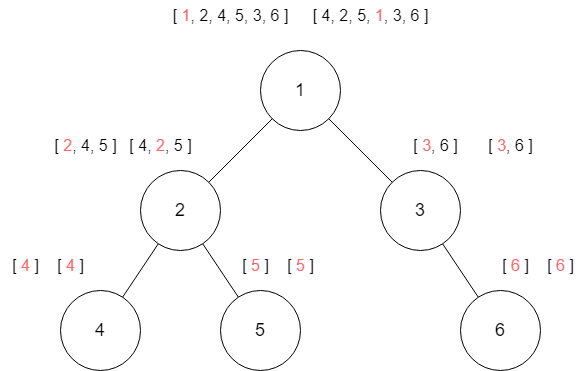
This is Neetcode150/img/PreorderInorder.png from ashiven/leetcode-solutions, a draw.io export, as it was before one commit. Source tidied: cells renumbered, new cells last; positions are measured from the earlier drawing's top-left corner, leaving out a move shared by most shapes.
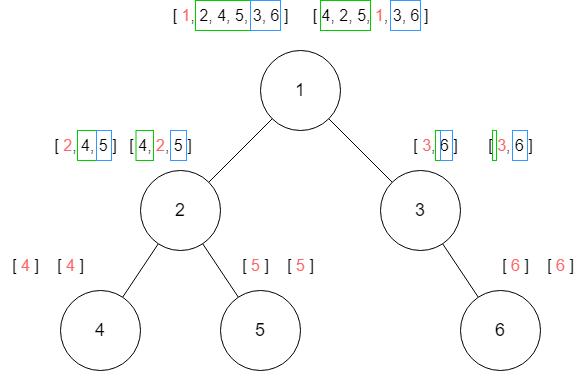
The same diagram one commit later.

What changed in the source:
```diff
@@ -71,5 +71,41 @@
     <mxCell id="24" value="[ &lt;font color=&quot;#ff6666&quot;&gt;6&lt;/font&gt;&amp;nbsp;]" style="text;html=1;align=center;verticalAlign=middle;strokeColor=none;fillColor=none;fontSize=16;" parent="1" vertex="1">
       <mxGeometry x="535" y="250" width="50" height="30" as="geometry" />
     </mxCell>
+    <mxCell id="25" style="rounded=0;whiteSpace=wrap;html=1;fillColor=none;strokeColor=#00CC00;" parent="1" vertex="1">
+      <mxGeometry x="195" width="55" height="30" as="geometry" />
+    </mxCell>
+    <mxCell id="26" style="rounded=0;whiteSpace=wrap;html=1;fillColor=none;strokeColor=#3399FF;" parent="1" vertex="1">
+      <mxGeometry x="250" width="30" height="30" as="geometry" />
+    </mxCell>
+    <mxCell id="27" style="rounded=0;whiteSpace=wrap;html=1;fillColor=none;strokeColor=#00CC00;" parent="1" vertex="1">
+      <mxGeometry x="320" width="50" height="30" as="geometry" />
+    </mxCell>
+    <mxCell id="28" style="rounded=0;whiteSpace=wrap;html=1;fillColor=none;strokeColor=#3399FF;" parent="1" vertex="1">
+      <mxGeometry x="390" width="30" height="30" as="geometry" />
+    </mxCell>
+    <mxCell id="29" style="rounded=0;whiteSpace=wrap;html=1;fillColor=none;strokeColor=#3399FF;" parent="1" vertex="1">
+      <mxGeometry x="170" y="130" width="16" height="30" as="geometry" />
+    </mxCell>
+    <mxCell id="30" style="rounded=0;whiteSpace=wrap;html=1;fillColor=none;strokeColor=#00CC00;" parent="1" vertex="1">
+      <mxGeometry x="77" y="130" width="19" height="30" as="geometry" />
+    </mxCell>
+    <mxCell id="31" style="rounded=0;whiteSpace=wrap;html=1;fillColor=none;strokeColor=#00CC00;" parent="1" vertex="1">
+      <mxGeometry x="135.5" y="130" width="17.5" height="30" as="geometry" />
+    </mxCell>
+    <mxCell id="32" style="rounded=0;whiteSpace=wrap;html=1;fillColor=none;strokeColor=#3399FF;" parent="1" vertex="1">
+      <mxGeometry x="96" y="130" width="15" height="30" as="geometry" />
+    </mxCell>
+    <mxCell id="33" style="rounded=0;whiteSpace=wrap;html=1;fillColor=none;strokeColor=#00CC00;" parent="1" vertex="1">
+      <mxGeometry x="435" y="130" width="5" height="30" as="geometry" />
+    </mxCell>
+    <mxCell id="34" style="rounded=0;whiteSpace=wrap;html=1;fillColor=none;strokeColor=#3399FF;" parent="1" vertex="1">
+      <mxGeometry x="440" y="130" width="12" height="30" as="geometry" />
+    </mxCell>
+    <mxCell id="35" style="rounded=0;whiteSpace=wrap;html=1;fillColor=none;strokeColor=#3399FF;" parent="1" vertex="1">
+      <mxGeometry x="512" y="130" width="15" height="30" as="geometry" />
+    </mxCell>
+    <mxCell id="36" style="rounded=0;whiteSpace=wrap;html=1;fillColor=none;strokeColor=#00CC00;" parent="1" vertex="1">
+      <mxGeometry x="492" y="130" width="4" height="30" as="geometry" />
+    </mxCell>
   </root>
 </mxGraphModel>
```
